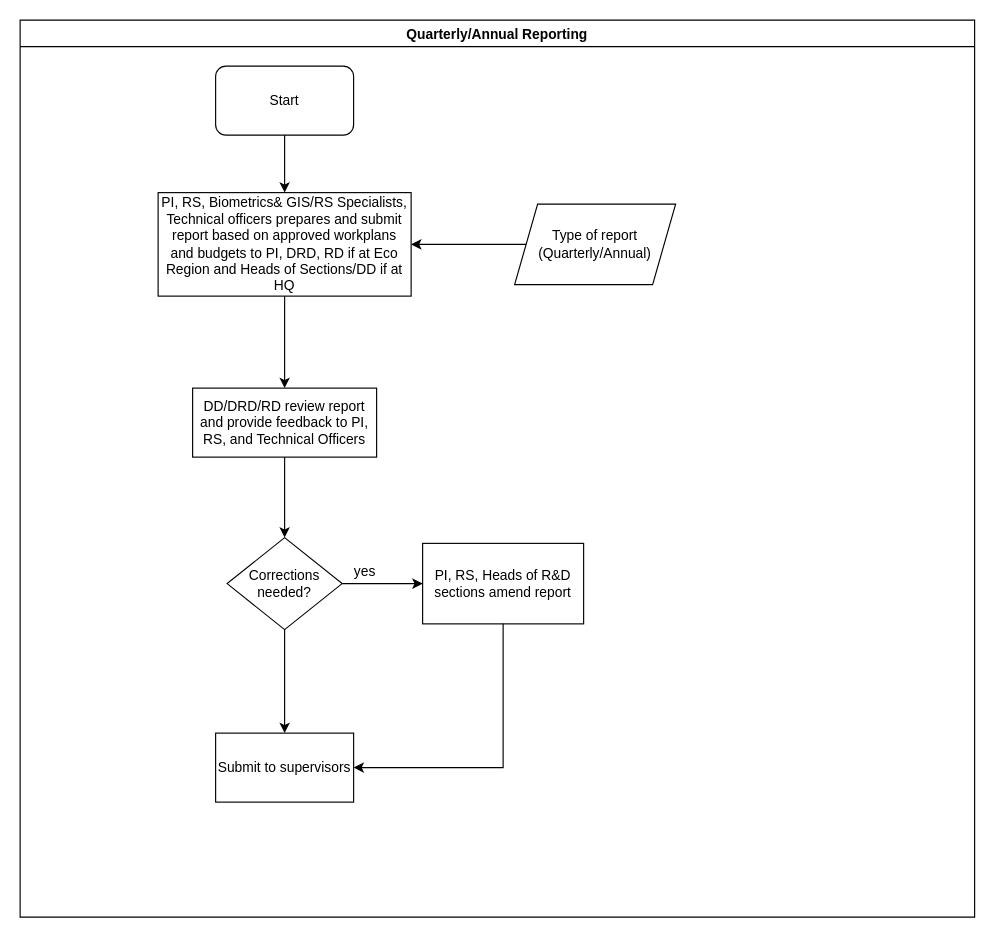
Before: KEFRI-R&D-Quarterly Reporting.drawio in kmagua/flowcharts, a draw.io diagram. Source tidied: cells renumbered, new cells numbered last; positions are measured from the earlier drawing's top-left corner, leaving out a move shared by most shapes. Both pictures are drawn from the tidied source at 115%, with x=0, y=0 at pixel (20, 20).
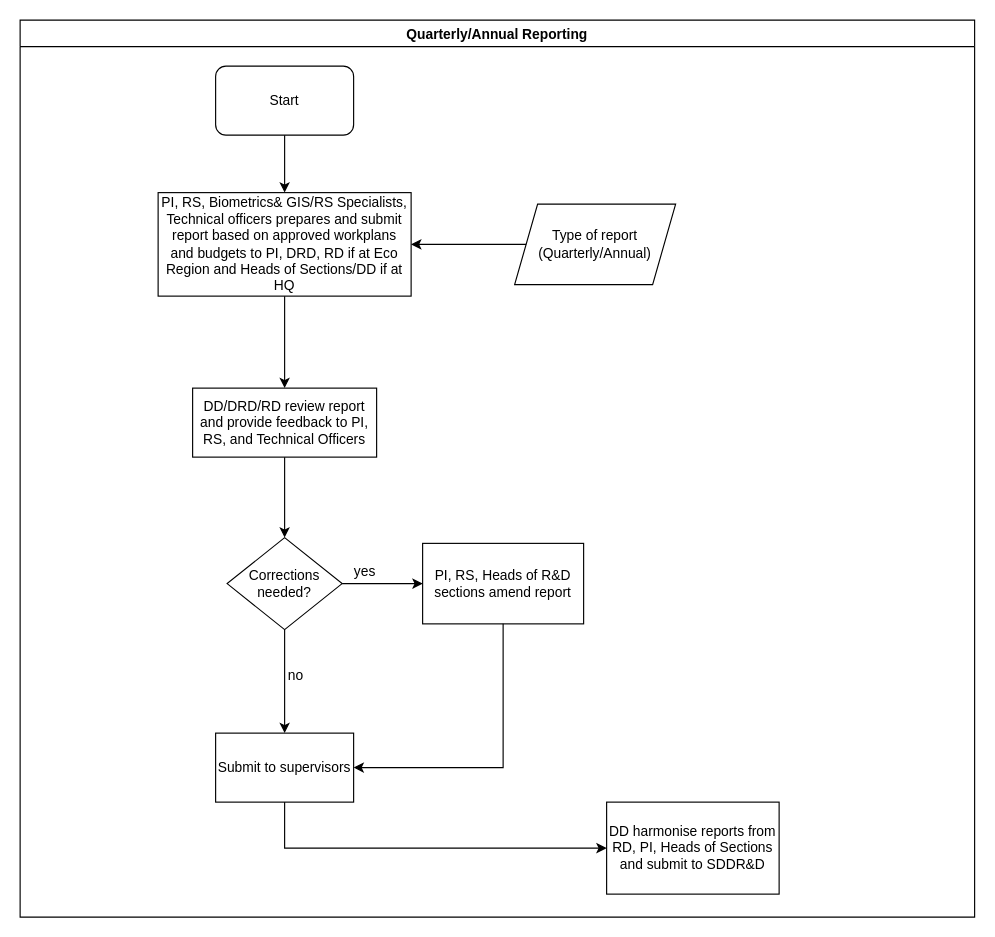
Above is the later version.

Unchanged cells that the change refers to:
```xml
<mxCell id="2" value="Quarterly/Annual Reporting" style="swimlane;" parent="1" vertex="1">
  <mxGeometry width="830" height="780" as="geometry" />
</mxCell>
<mxCell id="16" value="Submit to supervisors" style="whiteSpace=wrap;html=1;rounded=0;" parent="1" vertex="1">
  <mxGeometry x="170" y="620" width="120" height="60" as="geometry" />
</mxCell>
```

What changed in the source:
```diff
@@
+    <mxCell id="18" value="no" style="text;html=1;strokeColor=none;fillColor=none;align=center;verticalAlign=middle;whiteSpace=wrap;rounded=0;" parent="2" vertex="1">
+      <mxGeometry x="220" y="560" width="40" height="20" as="geometry" />
+    </mxCell>
+    <mxCell id="19" value="DD harmonise reports from RD, PI, Heads of Sections and submit to SDDR&amp;amp;D" style="whiteSpace=wrap;html=1;rounded=0;" parent="2" vertex="1">
+      <mxGeometry x="510" y="680" width="150" height="80" as="geometry" />
+    </mxCell>
@@
+    <mxCell id="20" style="edgeStyle=orthogonalEdgeStyle;rounded=0;jettySize=auto;html=1;entryX=0;entryY=0.5;entryDx=0;entryDy=0;" parent="1" edge="1" source="16" target="19">
+      <mxGeometry relative="1" as="geometry">
+        <Array as="points">
+          <mxPoint x="230" y="720" />
+        </Array>
+      </mxGeometry>
+    </mxCell>
```
